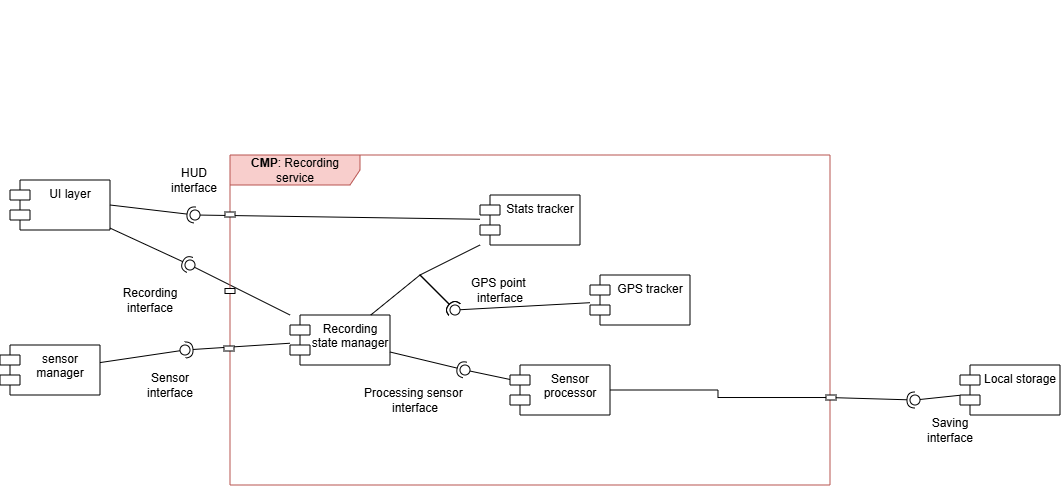
jacopobellosi/Bellosi-Montanelli-Tempobono keeps this draw.io diagram as DD/LaTeXCode/images/componentDiagrams/Component_diagram-Recording_detailed_view.drawio.png. Above is the earlier version. Source tidied: cells renumbered, new cells last; positions are measured from the earlier drawing's top-left corner, leaving out a move shared by most shapes.
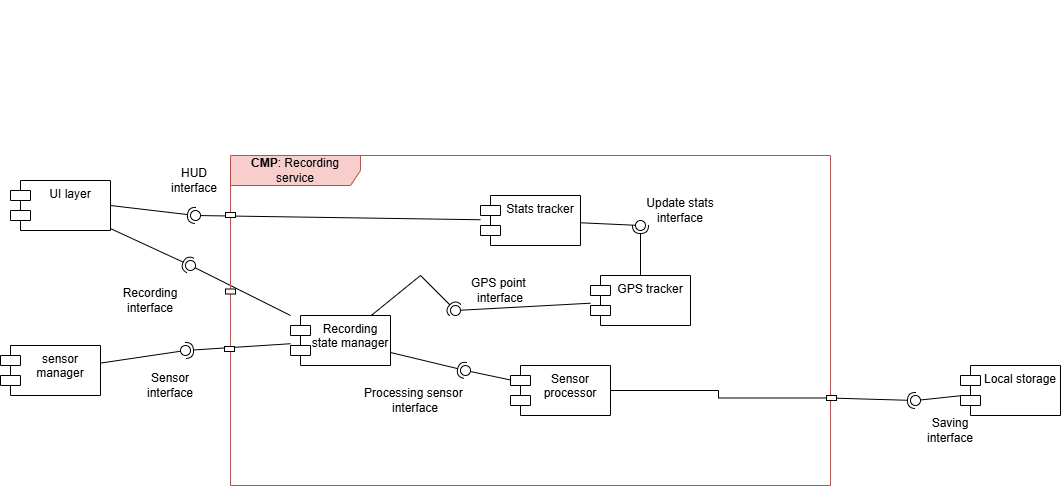
After the commit.

Diff of the diagram source:
```diff
@@ -66,13 +66,6 @@
     <mxCell id="21" value="Stats tracker" style="shape=module;align=left;spacingLeft=20;align=center;verticalAlign=top;whiteSpace=wrap;html=1;" parent="1" vertex="1">
       <mxGeometry x="480" y="195" width="100" height="50" as="geometry" />
     </mxCell>
-    <mxCell id="22" style="rounded=0;jettySize=auto;html=1;endArrow=halfCircle;endFill=0;endSize=6;strokeWidth=1;sketch=0;entryX=0.472;entryY=0.07;entryDx=0;entryDy=0;entryPerimeter=0;" parent="1" edge="1" source="21" target="25">
-      <mxGeometry relative="1" as="geometry">
-        <Array as="points">
-          <mxPoint x="420" y="275" />
-        </Array>
-      </mxGeometry>
-    </mxCell>
     <mxCell id="23" style="rounded=0;jettySize=auto;html=1;endArrow=halfCircle;endFill=0;endSize=6;strokeWidth=1;sketch=0;" parent="1" edge="1" source="18" target="25">
       <mxGeometry relative="1" as="geometry">
         <Array as="points">
@@ -128,5 +121,17 @@
     <mxCell id="39" value="Processing sensor&amp;nbsp;&lt;br&gt;interface" style="text;html=1;whiteSpace=wrap;strokeColor=none;fillColor=none;align=center;verticalAlign=middle;rounded=0;fontFamily=Helvetica;fontSize=12;fontColor=default;" parent="1" vertex="1">
       <mxGeometry x="360" y="385" width="110" height="30" as="geometry" />
     </mxCell>
+    <mxCell id="40" style="rounded=0;jettySize=auto;html=1;endArrow=halfCircle;endFill=0;endSize=6;strokeWidth=1;sketch=0;" parent="1" edge="1" source="19" target="42">
+      <mxGeometry relative="1" as="geometry" />
+    </mxCell>
+    <mxCell id="41" style="rounded=0;jettySize=auto;html=1;endArrow=oval;endFill=0;sketch=0;sourcePerimeterSpacing=0;targetPerimeterSpacing=0;endSize=10;" parent="1" edge="1" source="21" target="42">
+      <mxGeometry relative="1" as="geometry" />
+    </mxCell>
+    <mxCell id="42" style="ellipse;whiteSpace=wrap;html=1;align=center;fillColor=none;strokeColor=none;perimeter=centerPerimeter;points=[];outlineConnect=1;" parent="1" vertex="1">
+      <mxGeometry x="635" y="220" width="10" height="10" as="geometry" />
+    </mxCell>
+    <mxCell id="43" value="Update stats&lt;br&gt;interface" style="text;html=1;whiteSpace=wrap;strokeColor=none;fillColor=none;align=center;verticalAlign=middle;rounded=0;" parent="1" vertex="1">
+      <mxGeometry x="635" y="195" width="90" height="30" as="geometry" />
+    </mxCell>
   </root>
 </mxGraphModel>
```
